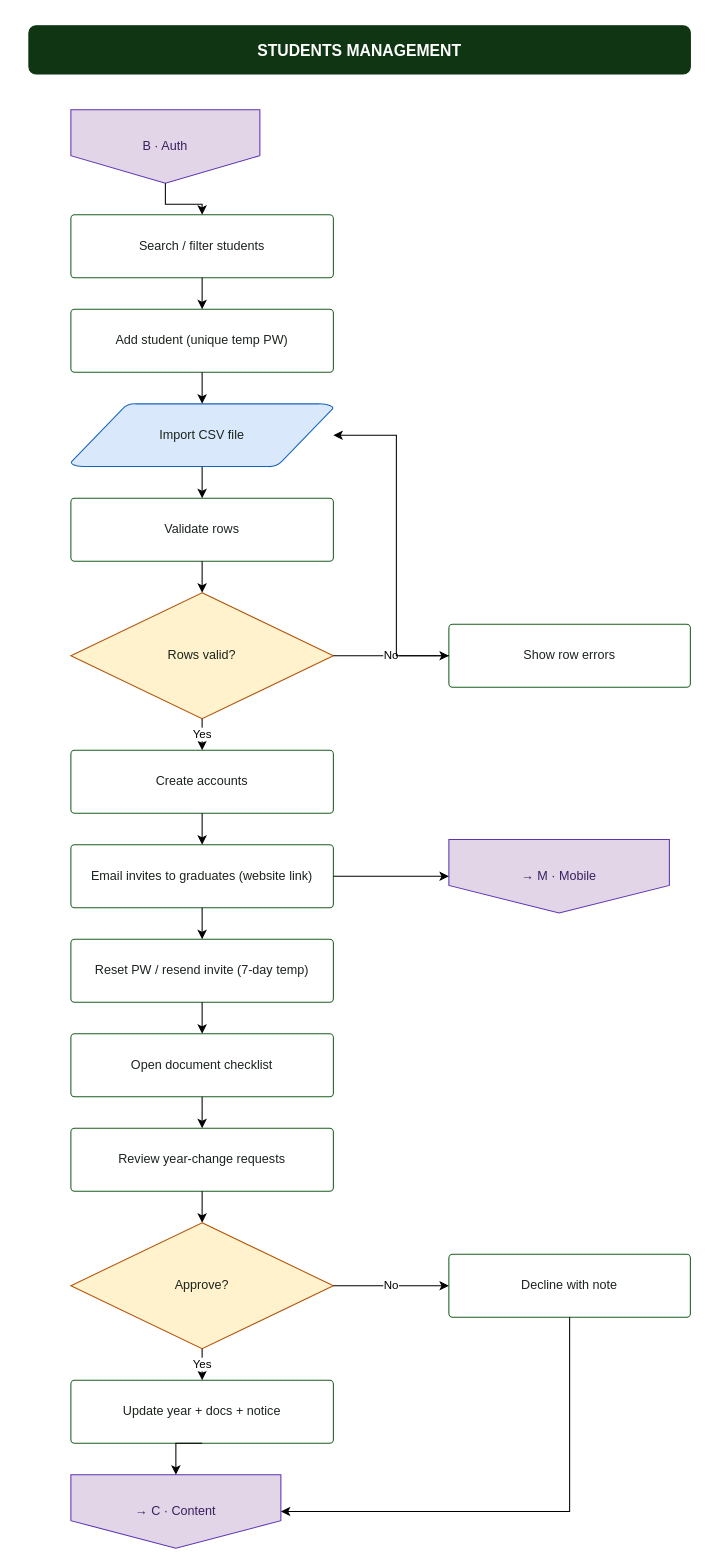
Earlier version of the draw.io diagram page "Admin — Students" (3 of 8) of docs/reunio-admin-flow.drawio (dibidjims17/Alumni-System). Source tidied: cells renumbered, new cells numbered last; positions are measured from the earlier drawing's top-left corner, leaving out a move shared by most shapes. Both pictures are drawn from the tidied source at 105%, with x=0, y=0 at pixel (28, 25).
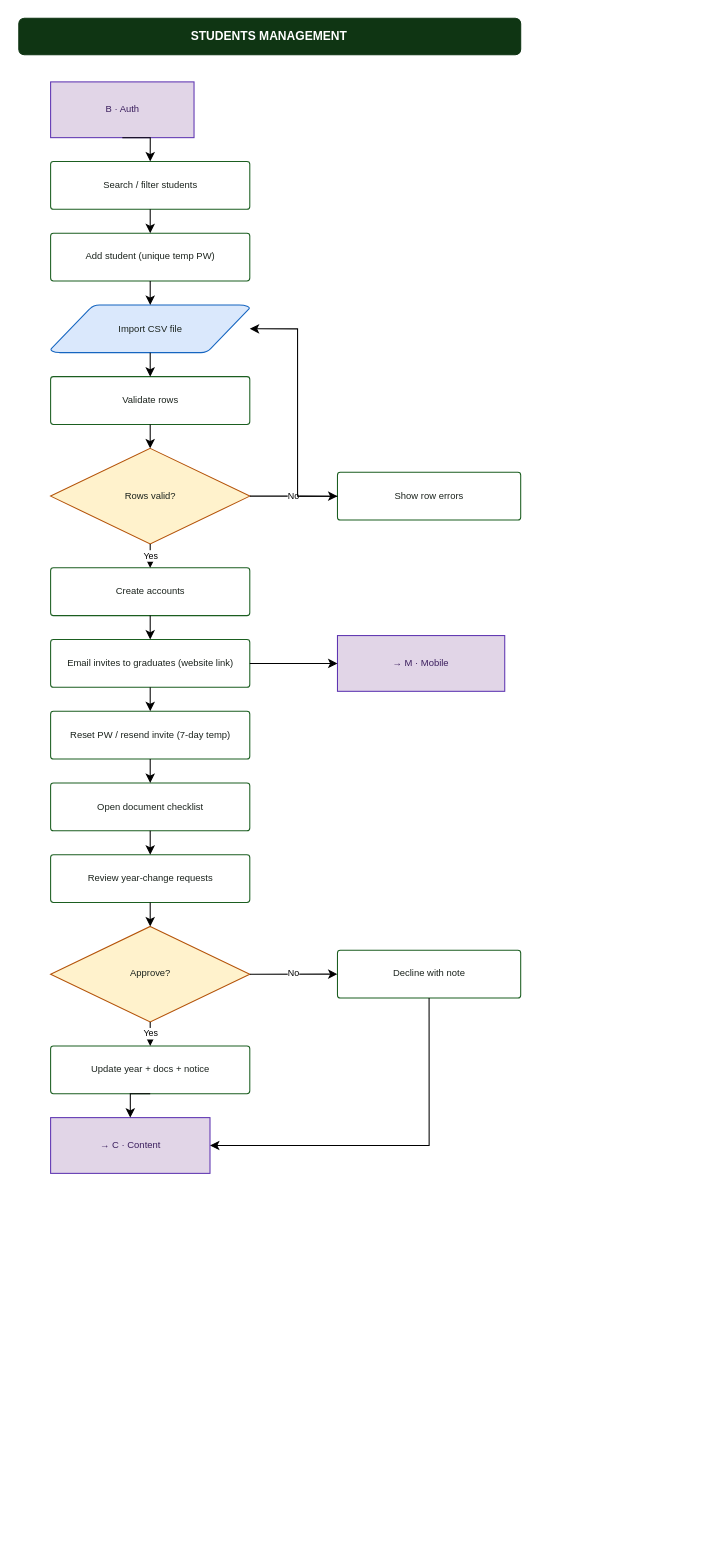
After the change.

The edit, as a diff of the source:
```diff
@@
-    <mxCell id="2" value="STUDENTS MANAGEMENT" style="rounded=1;whiteSpace=wrap;html=1;fillColor=#0F3513;strokeColor=#0F3513;fontSize=15;fontStyle=1;fontColor=#ffffff;" parent="1" vertex="1">
-      <mxGeometry width="630" height="46" as="geometry" />
+    <mxCell id="2" value="STUDENTS MANAGEMENT" style="rounded=1;whiteSpace=wrap;html=1;fillColor=#0F3513;strokeColor=#0F3513;fontSize=11.5;fontStyle=1;fontColor=#ffffff;" parent="1" vertex="1">
+      <mxGeometry x="-9.6" y="-7.2" width="478" height="34.9" as="geometry" />
     </mxCell>
-    <mxCell id="3" value="B · Auth" style="shape=offPageConnector;whiteSpace=wrap;html=1;fillColor=#e1d5e7;strokeColor=#5e35b1;fontSize=12;fontColor=#3b1f5e;" parent="1" vertex="1">
-      <mxGeometry x="40" y="80" width="180" height="70" as="geometry" />
+    <mxCell id="3" value="B · Auth" style="shape=rectangle;rounded=0;whiteSpace=wrap;html=1;fillColor=#e1d5e7;strokeColor=#5e35b1;fontSize=9;fontColor=#3b1f5e;" parent="1" vertex="1">
+      <mxGeometry x="20.7" y="53.5" width="136.6" height="53.1" as="geometry" />
     </mxCell>
-    <mxCell id="4" value="Search / filter students" style="shape=mxgraph.flowchart.process;whiteSpace=wrap;html=1;fillColor=#ffffff;strokeColor=#1B5E20;fontSize=12;fontColor=#1B231D;" parent="1" vertex="1">
-      <mxGeometry x="40" y="180" width="250" height="60" as="geometry" />
+    <mxCell id="4" value="Search / filter students" style="shape=mxgraph.flowchart.process;whiteSpace=wrap;html=1;fillColor=#ffffff;strokeColor=#1B5E20;fontSize=9;fontColor=#1B231D;" parent="1" vertex="1">
+      <mxGeometry x="20.7" y="129.3" width="189.7" height="45.5" as="geometry" />
     </mxCell>
-    <mxCell id="5" value="Add student (unique temp PW)" style="shape=mxgraph.flowchart.process;whiteSpace=wrap;html=1;fillColor=#ffffff;strokeColor=#1B5E20;fontSize=12;fontColor=#1B231D;" parent="1" vertex="1">
-      <mxGeometry x="40" y="270" width="250" height="60" as="geometry" />
+    <mxCell id="5" value="Add student (unique temp PW)" style="shape=mxgraph.flowchart.process;whiteSpace=wrap;html=1;fillColor=#ffffff;strokeColor=#1B5E20;fontSize=9;fontColor=#1B231D;" parent="1" vertex="1">
+      <mxGeometry x="20.7" y="197.6" width="189.7" height="45.5" as="geometry" />
     </mxCell>
-    <mxCell id="6" value="Import CSV file" style="shape=mxgraph.flowchart.data;whiteSpace=wrap;html=1;fillColor=#dae8fc;strokeColor=#1565C0;fontSize=12;fontColor=#1B231D;" parent="1" vertex="1">
-      <mxGeometry x="40" y="360" width="250" height="60" as="geometry" />
+    <mxCell id="6" value="Import CSV file" style="shape=mxgraph.flowchart.data;whiteSpace=wrap;html=1;fillColor=#dae8fc;strokeColor=#1565C0;fontSize=9;fontColor=#1B231D;" parent="1" vertex="1">
+      <mxGeometry x="20.7" y="265.9" width="189.7" height="45.5" as="geometry" />
     </mxCell>
-    <mxCell id="7" value="Validate rows" style="shape=mxgraph.flowchart.process;whiteSpace=wrap;html=1;fillColor=#ffffff;strokeColor=#1B5E20;fontSize=12;fontColor=#1B231D;" parent="1" vertex="1">
-      <mxGeometry x="40" y="450" width="250" height="60" as="geometry" />
+    <mxCell id="7" value="Validate rows" style="shape=mxgraph.flowchart.process;whiteSpace=wrap;html=1;fillColor=#ffffff;strokeColor=#1B5E20;fontSize=9;fontColor=#1B231D;" parent="1" vertex="1">
+      <mxGeometry x="20.7" y="334.2" width="189.7" height="45.5" as="geometry" />
     </mxCell>
-    <mxCell id="8" value="Rows valid?" style="shape=mxgraph.flowchart.decision;whiteSpace=wrap;html=1;fillColor=#fff2cc;strokeColor=#B45309;fontSize=12;fontColor=#1B231D;" parent="1" vertex="1">
-      <mxGeometry x="40" y="540" width="250" height="120" as="geometry" />
+    <mxCell id="8" value="Rows valid?" style="shape=mxgraph.flowchart.decision;whiteSpace=wrap;html=1;fillColor=#fff2cc;strokeColor=#B45309;fontSize=9;fontColor=#1B231D;" parent="1" vertex="1">
+      <mxGeometry x="20.7" y="402.5" width="189.7" height="91" as="geometry" />
     </mxCell>
-    <mxCell id="9" value="Show row errors" style="shape=mxgraph.flowchart.process;whiteSpace=wrap;html=1;fillColor=#ffffff;strokeColor=#1B5E20;fontSize=12;fontColor=#1B231D;" parent="1" vertex="1">
-      <mxGeometry x="400" y="570" width="230" height="60" as="geometry" />
+    <mxCell id="9" value="Show row errors" style="shape=mxgraph.flowchart.process;whiteSpace=wrap;html=1;fillColor=#ffffff;strokeColor=#1B5E20;fontSize=9;fontColor=#1B231D;" parent="1" vertex="1">
+      <mxGeometry x="293.9" y="425.3" width="174.5" height="45.5" as="geometry" />
     </mxCell>
-    <mxCell id="10" value="Create accounts" style="shape=mxgraph.flowchart.process;whiteSpace=wrap;html=1;fillColor=#ffffff;strokeColor=#1B5E20;fontSize=12;fontColor=#1B231D;" parent="1" vertex="1">
-      <mxGeometry x="40" y="690" width="250" height="60" as="geometry" />
+    <mxCell id="10" value="Create accounts" style="shape=mxgraph.flowchart.process;whiteSpace=wrap;html=1;fillColor=#ffffff;strokeColor=#1B5E20;fontSize=9;fontColor=#1B231D;" parent="1" vertex="1">
+      <mxGeometry x="20.7" y="516.3" width="189.7" height="45.5" as="geometry" />
     </mxCell>
-    <mxCell id="11" value="Email invites to graduates (website link)" style="shape=mxgraph.flowchart.process;whiteSpace=wrap;html=1;fillColor=#ffffff;strokeColor=#1B5E20;fontSize=12;fontColor=#1B231D;" parent="1" vertex="1">
-      <mxGeometry x="40" y="780" width="250" height="60" as="geometry" />
+    <mxCell id="11" value="Email invites to graduates (website link)" style="shape=mxgraph.flowchart.process;whiteSpace=wrap;html=1;fillColor=#ffffff;strokeColor=#1B5E20;fontSize=9;fontColor=#1B231D;" parent="1" vertex="1">
+      <mxGeometry x="20.7" y="584.6" width="189.7" height="45.5" as="geometry" />
     </mxCell>
-    <mxCell id="12" value="→ M · Mobile" style="shape=offPageConnector;whiteSpace=wrap;html=1;fillColor=#e1d5e7;strokeColor=#5e35b1;fontSize=12;fontColor=#3b1f5e;" parent="1" vertex="1">
-      <mxGeometry x="400" y="775" width="210" height="70" as="geometry" />
+    <mxCell id="12" value="→ M · Mobile" style="shape=rectangle;rounded=0;whiteSpace=wrap;html=1;fillColor=#e1d5e7;strokeColor=#5e35b1;fontSize=9;fontColor=#3b1f5e;" parent="1" vertex="1">
+      <mxGeometry x="293.9" y="580.8" width="159.3" height="53.1" as="geometry" />
     </mxCell>
-    <mxCell id="13" value="Reset PW / resend invite (7-day temp)" style="shape=mxgraph.flowchart.process;whiteSpace=wrap;html=1;fillColor=#ffffff;strokeColor=#1B5E20;fontSize=12;fontColor=#1B231D;" parent="1" vertex="1">
-      <mxGeometry x="40" y="870" width="250" height="60" as="geometry" />
+    <mxCell id="13" value="Reset PW / resend invite (7-day temp)" style="shape=mxgraph.flowchart.process;whiteSpace=wrap;html=1;fillColor=#ffffff;strokeColor=#1B5E20;fontSize=9;fontColor=#1B231D;" parent="1" vertex="1">
+      <mxGeometry x="20.7" y="652.9" width="189.7" height="45.5" as="geometry" />
     </mxCell>
-    <mxCell id="14" value="Open document checklist" style="shape=mxgraph.flowchart.process;whiteSpace=wrap;html=1;fillColor=#ffffff;strokeColor=#1B5E20;fontSize=12;fontColor=#1B231D;" parent="1" vertex="1">
-      <mxGeometry x="40" y="960" width="250" height="60" as="geometry" />
+    <mxCell id="14" value="Open document checklist" style="shape=mxgraph.flowchart.process;whiteSpace=wrap;html=1;fillColor=#ffffff;strokeColor=#1B5E20;fontSize=9;fontColor=#1B231D;" parent="1" vertex="1">
+      <mxGeometry x="20.7" y="721.2" width="189.7" height="45.5" as="geometry" />
     </mxCell>
-    <mxCell id="15" value="Review year-change requests" style="shape=mxgraph.flowchart.process;whiteSpace=wrap;html=1;fillColor=#ffffff;strokeColor=#1B5E20;fontSize=12;fontColor=#1B231D;" parent="1" vertex="1">
-      <mxGeometry x="40" y="1050" width="250" height="60" as="geometry" />
+    <mxCell id="15" value="Review year-change requests" style="shape=mxgraph.flowchart.process;whiteSpace=wrap;html=1;fillColor=#ffffff;strokeColor=#1B5E20;fontSize=9;fontColor=#1B231D;" parent="1" vertex="1">
+      <mxGeometry x="20.7" y="789.5" width="189.7" height="45.5" as="geometry" />
     </mxCell>
-    <mxCell id="16" value="Approve?" style="shape=mxgraph.flowchart.decision;whiteSpace=wrap;html=1;fillColor=#fff2cc;strokeColor=#B45309;fontSize=12;fontColor=#1B231D;" parent="1" vertex="1">
-      <mxGeometry x="40" y="1140" width="250" height="120" as="geometry" />
+    <mxCell id="16" value="Approve?" style="shape=mxgraph.flowchart.decision;whiteSpace=wrap;html=1;fillColor=#fff2cc;strokeColor=#B45309;fontSize=9;fontColor=#1B231D;" parent="1" vertex="1">
+      <mxGeometry x="20.7" y="857.8" width="189.7" height="91" as="geometry" />
     </mxCell>
-    <mxCell id="17" value="Update year + docs + notice" style="shape=mxgraph.flowchart.process;whiteSpace=wrap;html=1;fillColor=#ffffff;strokeColor=#1B5E20;fontSize=12;fontColor=#1B231D;" parent="1" vertex="1">
-      <mxGeometry x="40" y="1290" width="250" height="60" as="geometry" />
+    <mxCell id="17" value="Update year + docs + notice" style="shape=mxgraph.flowchart.process;whiteSpace=wrap;html=1;fillColor=#ffffff;strokeColor=#1B5E20;fontSize=9;fontColor=#1B231D;" parent="1" vertex="1">
+      <mxGeometry x="20.7" y="971.6" width="189.7" height="45.5" as="geometry" />
     </mxCell>
-    <mxCell id="18" value="Decline with note" style="shape=mxgraph.flowchart.process;whiteSpace=wrap;html=1;fillColor=#ffffff;strokeColor=#1B5E20;fontSize=12;fontColor=#1B231D;" parent="1" vertex="1">
-      <mxGeometry x="400" y="1170" width="230" height="60" as="geometry" />
+    <mxCell id="18" value="Decline with note" style="shape=mxgraph.flowchart.process;whiteSpace=wrap;html=1;fillColor=#ffffff;strokeColor=#1B5E20;fontSize=9;fontColor=#1B231D;" parent="1" vertex="1">
+      <mxGeometry x="293.9" y="880.5" width="174.5" height="45.5" as="geometry" />
     </mxCell>
-    <mxCell id="19" value="→ C · Content" style="shape=offPageConnector;whiteSpace=wrap;html=1;fillColor=#e1d5e7;strokeColor=#5e35b1;fontSize=12;fontColor=#3b1f5e;" parent="1" vertex="1">
-      <mxGeometry x="40" y="1380" width="200" height="70" as="geometry" />
+    <mxCell id="19" value="→ C · Content" style="shape=rectangle;rounded=0;whiteSpace=wrap;html=1;fillColor=#e1d5e7;strokeColor=#5e35b1;fontSize=9;fontColor=#3b1f5e;" parent="1" vertex="1">
+      <mxGeometry x="20.7" y="1039.9" width="151.8" height="53.1" as="geometry" />
     </mxCell>
-    <mxCell id="20" style="edgeStyle=orthogonalEdgeStyle;rounded=0;jettySize=auto;html=1;endArrow=classic;endFill=1;fontSize=11;exitX=0.5;exitY=1;exitDx=0;exitDy=0;entryX=0.5;entryY=0;entryDx=0;entryDy=0;" parent="1" edge="1" source="3" target="4">
+    <mxCell id="20" style="edgeStyle=orthogonalEdgeStyle;rounded=0;jettySize=auto;html=1;endArrow=classic;endFill=1;fontSize=8.5;exitX=0.5;exitY=1;exitDx=0;exitDy=0;entryX=0.5;entryY=0;entryDx=0;entryDy=0;" parent="1" edge="1" source="3" target="4">
       <mxGeometry relative="1" as="geometry" />
     </mxCell>
-    <mxCell id="21" style="edgeStyle=orthogonalEdgeStyle;rounded=0;jettySize=auto;html=1;endArrow=classic;endFill=1;fontSize=11;exitX=0.5;exitY=1;exitDx=0;exitDy=0;entryX=0.5;entryY=0;entryDx=0;entryDy=0;" parent="1" edge="1" source="4" target="5">
+    <mxCell id="21" style="edgeStyle=orthogonalEdgeStyle;rounded=0;jettySize=auto;html=1;endArrow=classic;endFill=1;fontSize=8.5;exitX=0.5;exitY=1;exitDx=0;exitDy=0;entryX=0.5;entryY=0;entryDx=0;entryDy=0;" parent="1" edge="1" source="4" target="5">
       <mxGeometry relative="1" as="geometry" />
     </mxCell>
-    <mxCell id="22" style="edgeStyle=orthogonalEdgeStyle;rounded=0;jettySize=auto;html=1;endArrow=classic;endFill=1;fontSize=11;exitX=0.5;exitY=1;exitDx=0;exitDy=0;entryX=0.5;entryY=0;entryDx=0;entryDy=0;" parent="1" edge="1" source="5" target="6">
+    <mxCell id="22" style="edgeStyle=orthogonalEdgeStyle;rounded=0;jettySize=auto;html=1;endArrow=classic;endFill=1;fontSize=8.5;exitX=0.5;exitY=1;exitDx=0;exitDy=0;entryX=0.5;entryY=0;entryDx=0;entryDy=0;" parent="1" edge="1" source="5" target="6">
       <mxGeometry relative="1" as="geometry" />
     </mxCell>
-    <mxCell id="23" style="edgeStyle=orthogonalEdgeStyle;rounded=0;jettySize=auto;html=1;endArrow=classic;endFill=1;fontSize=11;exitX=0.5;exitY=1;exitDx=0;exitDy=0;entryX=0.5;entryY=0;entryDx=0;entryDy=0;" parent="1" edge="1" source="6" target="7">
+    <mxCell id="23" style="edgeStyle=orthogonalEdgeStyle;rounded=0;jettySize=auto;html=1;endArrow=classic;endFill=1;fontSize=8.5;exitX=0.5;exitY=1;exitDx=0;exitDy=0;entryX=0.5;entryY=0;entryDx=0;entryDy=0;" parent="1" edge="1" source="6" target="7">
       <mxGeometry relative="1" as="geometry" />
     </mxCell>
-    <mxCell id="24" style="edgeStyle=orthogonalEdgeStyle;rounded=0;jettySize=auto;html=1;endArrow=classic;endFill=1;fontSize=11;exitX=0.5;exitY=1;exitDx=0;exitDy=0;entryX=0.5;entryY=0;entryDx=0;entryDy=0;" parent="1" edge="1" source="7" target="8">
+    <mxCell id="24" style="edgeStyle=orthogonalEdgeStyle;rounded=0;jettySize=auto;html=1;endArrow=classic;endFill=1;fontSize=8.5;exitX=0.5;exitY=1;exitDx=0;exitDy=0;entryX=0.5;entryY=0;entryDx=0;entryDy=0;" parent="1" edge="1" source="7" target="8">
       <mxGeometry relative="1" as="geometry" />
     </mxCell>
-    <mxCell id="25" value="No" style="edgeStyle=orthogonalEdgeStyle;rounded=0;jettySize=auto;html=1;endArrow=classic;endFill=1;fontSize=11;exitX=1;exitY=0.5;exitDx=0;exitDy=0;entryX=0;entryY=0.5;entryDx=0;entryDy=0;" parent="1" edge="1" source="8" target="9">
+    <mxCell id="25" value="No" style="edgeStyle=orthogonalEdgeStyle;rounded=0;jettySize=auto;html=1;endArrow=classic;endFill=1;fontSize=8.5;exitX=1;exitY=0.5;exitDx=0;exitDy=0;entryX=0;entryY=0.5;entryDx=0;entryDy=0;" parent="1" edge="1" source="8" target="9">
       <mxGeometry relative="1" as="geometry" />
     </mxCell>
-    <mxCell id="26" style="edgeStyle=orthogonalEdgeStyle;rounded=0;jettySize=auto;html=1;endArrow=classic;endFill=1;fontSize=11;exitX=0;exitY=0.5;exitDx=0;exitDy=0;entryX=1;entryY=0.5;entryDx=0;entryDy=0;" parent="1" edge="1" source="9" target="6">
+    <mxCell id="26" style="edgeStyle=orthogonalEdgeStyle;rounded=0;jettySize=auto;html=1;endArrow=classic;endFill=1;fontSize=8.5;exitX=0;exitY=0.5;exitDx=0;exitDy=0;entryX=1;entryY=0.5;entryDx=0;entryDy=0;" parent="1" edge="1" source="9" target="6">
       <mxGeometry relative="1" as="geometry">
         <Array as="points">
-          <mxPoint x="350" y="600" />
-          <mxPoint x="350" y="390" />
+          <mxPoint x="255.9" y="448" />
+          <mxPoint x="255.9" y="288.7" />
         </Array>
       </mxGeometry>
     </mxCell>
-    <mxCell id="27" value="Yes" style="edgeStyle=orthogonalEdgeStyle;rounded=0;jettySize=auto;html=1;endArrow=classic;endFill=1;fontSize=11;exitX=0.5;exitY=1;exitDx=0;exitDy=0;entryX=0.5;entryY=0;entryDx=0;entryDy=0;" parent="1" edge="1" source="8" target="10">
+    <mxCell id="27" value="Yes" style="edgeStyle=orthogonalEdgeStyle;rounded=0;jettySize=auto;html=1;endArrow=classic;endFill=1;fontSize=8.5;exitX=0.5;exitY=1;exitDx=0;exitDy=0;entryX=0.5;entryY=0;entryDx=0;entryDy=0;" parent="1" edge="1" source="8" target="10">
       <mxGeometry relative="1" as="geometry" />
     </mxCell>
-    <mxCell id="28" style="edgeStyle=orthogonalEdgeStyle;rounded=0;jettySize=auto;html=1;endArrow=classic;endFill=1;fontSize=11;exitX=0.5;exitY=1;exitDx=0;exitDy=0;entryX=0.5;entryY=0;entryDx=0;entryDy=0;" parent="1" edge="1" source="10" target="11">
+    <mxCell id="28" style="edgeStyle=orthogonalEdgeStyle;rounded=0;jettySize=auto;html=1;endArrow=classic;endFill=1;fontSize=8.5;exitX=0.5;exitY=1;exitDx=0;exitDy=0;entryX=0.5;entryY=0;entryDx=0;entryDy=0;" parent="1" edge="1" source="10" target="11">
       <mxGeometry relative="1" as="geometry" />
     </mxCell>
-    <mxCell id="29" style="edgeStyle=orthogonalEdgeStyle;rounded=0;jettySize=auto;html=1;endArrow=classic;endFill=1;fontSize=11;exitX=1;exitY=0.5;exitDx=0;exitDy=0;entryX=0;entryY=0.5;entryDx=0;entryDy=0;" parent="1" edge="1" source="11" target="12">
+    <mxCell id="29" style="edgeStyle=orthogonalEdgeStyle;rounded=0;jettySize=auto;html=1;endArrow=classic;endFill=1;fontSize=8.5;exitX=1;exitY=0.5;exitDx=0;exitDy=0;entryX=0;entryY=0.5;entryDx=0;entryDy=0;" parent="1" edge="1" source="11" target="12">
       <mxGeometry relative="1" as="geometry" />
     </mxCell>
-    <mxCell id="30" style="edgeStyle=orthogonalEdgeStyle;rounded=0;jettySize=auto;html=1;endArrow=classic;endFill=1;fontSize=11;exitX=0.5;exitY=1;exitDx=0;exitDy=0;entryX=0.5;entryY=0;entryDx=0;entryDy=0;" parent="1" edge="1" source="11" target="13">
+    <mxCell id="30" style="edgeStyle=orthogonalEdgeStyle;rounded=0;jettySize=auto;html=1;endArrow=classic;endFill=1;fontSize=8.5;exitX=0.5;exitY=1;exitDx=0;exitDy=0;entryX=0.5;entryY=0;entryDx=0;entryDy=0;" parent="1" edge="1" source="11" target="13">
       <mxGeometry relative="1" as="geometry" />
     </mxCell>
-    <mxCell id="31" style="edgeStyle=orthogonalEdgeStyle;rounded=0;jettySize=auto;html=1;endArrow=classic;endFill=1;fontSize=11;exitX=0.5;exitY=1;exitDx=0;exitDy=0;entryX=0.5;entryY=0;entryDx=0;entryDy=0;" parent="1" edge="1" source="13" target="14">
+    <mxCell id="31" style="edgeStyle=orthogonalEdgeStyle;rounded=0;jettySize=auto;html=1;endArrow=classic;endFill=1;fontSize=8.5;exitX=0.5;exitY=1;exitDx=0;exitDy=0;entryX=0.5;entryY=0;entryDx=0;entryDy=0;" parent="1" edge="1" source="13" target="14">
       <mxGeometry relative="1" as="geometry" />
     </mxCell>
-    <mxCell id="32" style="edgeStyle=orthogonalEdgeStyle;rounded=0;jettySize=auto;html=1;endArrow=classic;endFill=1;fontSize=11;exitX=0.5;exitY=1;exitDx=0;exitDy=0;entryX=0.5;entryY=0;entryDx=0;entryDy=0;" parent="1" edge="1" source="14" target="15">
+    <mxCell id="32" style="edgeStyle=orthogonalEdgeStyle;rounded=0;jettySize=auto;html=1;endArrow=classic;endFill=1;fontSize=8.5;exitX=0.5;exitY=1;exitDx=0;exitDy=0;entryX=0.5;entryY=0;entryDx=0;entryDy=0;" parent="1" edge="1" source="14" target="15">
       <mxGeometry relative="1" as="geometry" />
     </mxCell>
-    <mxCell id="33" style="edgeStyle=orthogonalEdgeStyle;rounded=0;jettySize=auto;html=1;endArrow=classic;endFill=1;fontSize=11;exitX=0.5;exitY=1;exitDx=0;exitDy=0;entryX=0.5;entryY=0;entryDx=0;entryDy=0;" parent="1" edge="1" source="15" target="16">
+    <mxCell id="33" style="edgeStyle=orthogonalEdgeStyle;rounded=0;jettySize=auto;html=1;endArrow=classic;endFill=1;fontSize=8.5;exitX=0.5;exitY=1;exitDx=0;exitDy=0;entryX=0.5;entryY=0;entryDx=0;entryDy=0;" parent="1" edge="1" source="15" target="16">
       <mxGeometry relative="1" as="geometry" />
     </mxCell>
-    <mxCell id="34" value="Yes" style="edgeStyle=orthogonalEdgeStyle;rounded=0;jettySize=auto;html=1;endArrow=classic;endFill=1;fontSize=11;exitX=0.5;exitY=1;exitDx=0;exitDy=0;entryX=0.5;entryY=0;entryDx=0;entryDy=0;" parent="1" edge="1" source="16" target="17">
+    <mxCell id="34" value="Yes" style="edgeStyle=orthogonalEdgeStyle;rounded=0;jettySize=auto;html=1;endArrow=classic;endFill=1;fontSize=8.5;exitX=0.5;exitY=1;exitDx=0;exitDy=0;entryX=0.5;entryY=0;entryDx=0;entryDy=0;" parent="1" edge="1" source="16" target="17">
       <mxGeometry relative="1" as="geometry" />
     </mxCell>
-    <mxCell id="35" value="No" style="edgeStyle=orthogonalEdgeStyle;rounded=0;jettySize=auto;html=1;endArrow=classic;endFill=1;fontSize=11;exitX=1;exitY=0.5;exitDx=0;exitDy=0;entryX=0;entryY=0.5;entryDx=0;entryDy=0;" parent="1" edge="1" source="16" target="18">
+    <mxCell id="35" value="No" style="edgeStyle=orthogonalEdgeStyle;rounded=0;jettySize=auto;html=1;endArrow=classic;endFill=1;fontSize=8.5;exitX=1;exitY=0.5;exitDx=0;exitDy=0;entryX=0;entryY=0.5;entryDx=0;entryDy=0;" parent="1" edge="1" source="16" target="18">
       <mxGeometry relative="1" as="geometry" />
     </mxCell>
-    <mxCell id="36" style="edgeStyle=orthogonalEdgeStyle;rounded=0;jettySize=auto;html=1;endArrow=classic;endFill=1;fontSize=11;exitX=0.5;exitY=1;exitDx=0;exitDy=0;entryX=0.5;entryY=0;entryDx=0;entryDy=0;" parent="1" edge="1" source="17" target="19">
+    <mxCell id="36" style="edgeStyle=orthogonalEdgeStyle;rounded=0;jettySize=auto;html=1;endArrow=classic;endFill=1;fontSize=8.5;exitX=0.5;exitY=1;exitDx=0;exitDy=0;entryX=0.5;entryY=0;entryDx=0;entryDy=0;" parent="1" edge="1" source="17" target="19">
       <mxGeometry relative="1" as="geometry" />
     </mxCell>
-    <mxCell id="37" style="edgeStyle=orthogonalEdgeStyle;rounded=0;jettySize=auto;html=1;endArrow=classic;endFill=1;fontSize=11;exitX=0.5;exitY=1;exitDx=0;exitDy=0;entryX=1;entryY=0.5;entryDx=0;entryDy=0;" parent="1" edge="1" source="18" target="19">
+    <mxCell id="37" style="edgeStyle=orthogonalEdgeStyle;rounded=0;jettySize=auto;html=1;endArrow=classic;endFill=1;fontSize=8.5;exitX=0.5;exitY=1;exitDx=0;exitDy=0;entryX=1;entryY=0.5;entryDx=0;entryDy=0;" parent="1" edge="1" source="18" target="19">
       <mxGeometry relative="1" as="geometry">
         <Array as="points">
-          <mxPoint x="515" y="1415" />
+          <mxPoint x="381.1" y="1066.4" />
         </Array>
       </mxGeometry>
     </mxCell>
```
